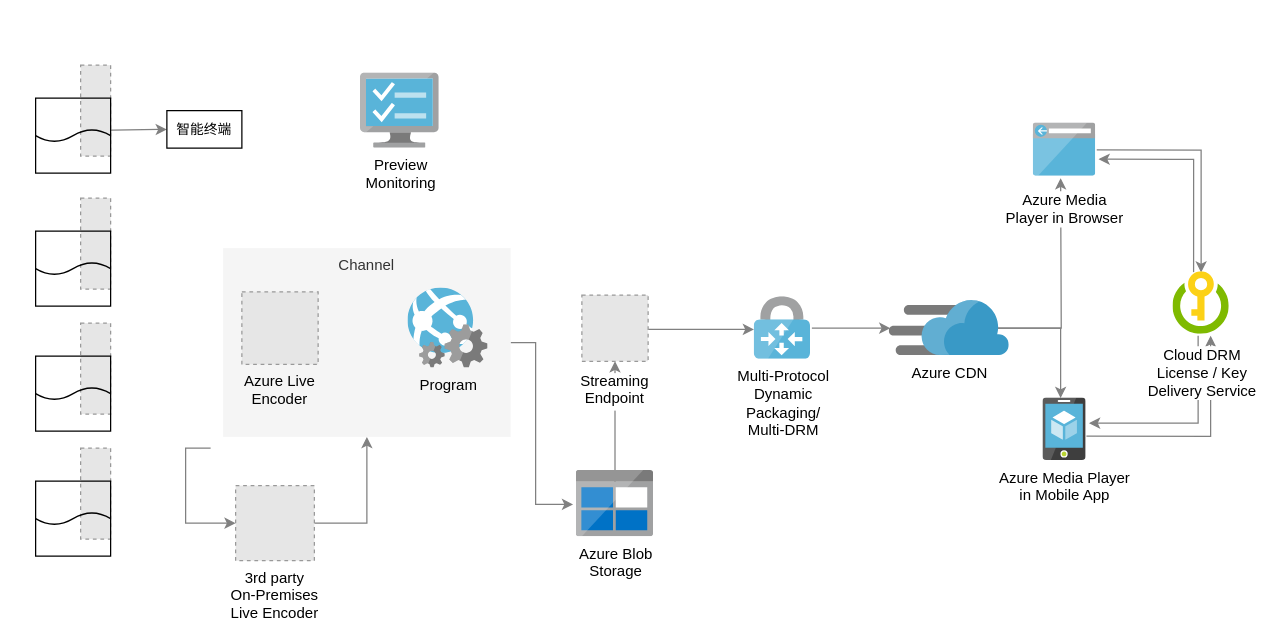
This is zhy.drawio from zheng-oh/dragrams, a draw.io file, before an edit. Source tidied: cells renumbered, new cells numbered last; positions are measured from the earlier drawing's top-left corner, leaving out a move shared by most shapes. Both pictures are drawn from the tidied source at 125%, with x=0, y=0 at pixel (35, 65). Pictures stored in the file or linked from it are replaced by grey dashed boxes.
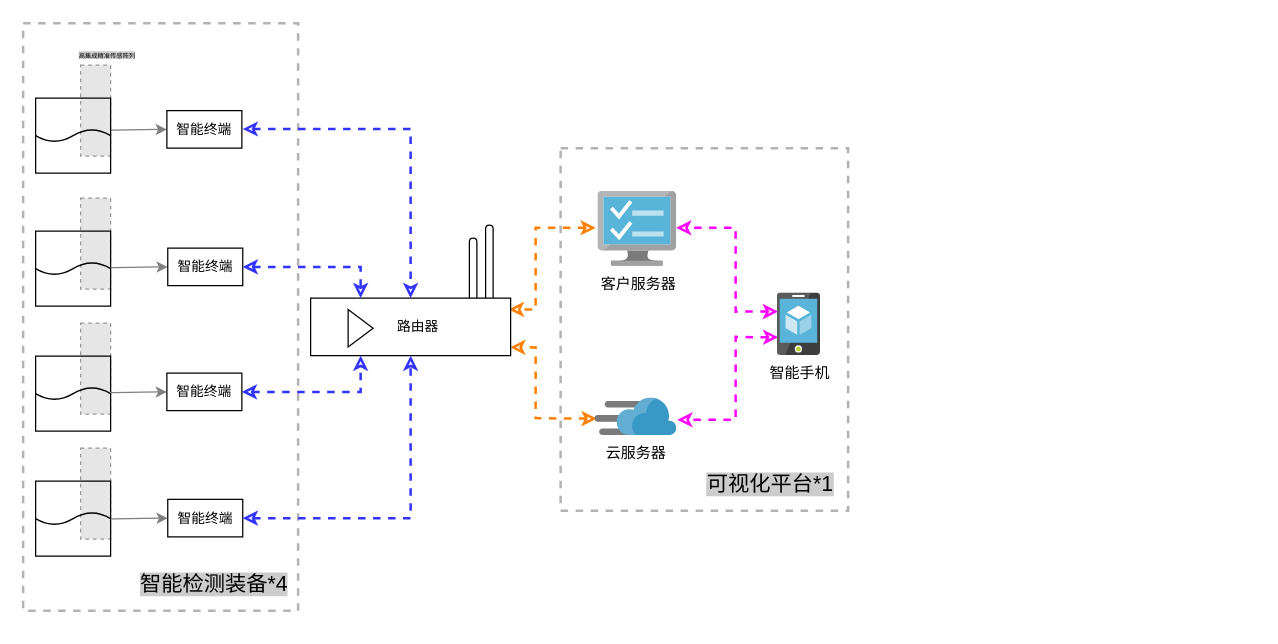
Above is the later version.

Diff of the diagram source:
```diff
@@
-    <mxCell id="2" style="edgeStyle=orthogonalEdgeStyle;rounded=0;jettySize=auto;html=1;strokeColor=#808080;entryX=1.064;entryY=0.4;entryDx=0;entryDy=0;entryPerimeter=0;" parent="1" edge="1" target="25">
-      <mxGeometry relative="1" as="geometry">
-        <mxPoint x="930" y="216" as="sourcePoint" />
-        <Array as="points">
-          <mxPoint x="930" y="286" />
-        </Array>
-      </mxGeometry>
-    </mxCell>
+    <mxCell id="45" style="rounded=0;whiteSpace=wrap;html=1;shadow=0;glass=0;dashed=1;sketch=0;strokeColor=#B3B3B3;strokeWidth=2;fontFamily=Helvetica;fontSize=13;fillColor=none;" parent="1" vertex="1">
+      <mxGeometry x="-10" y="-34" width="220" height="470" as="geometry" />
+    </mxCell>
+    <mxCell id="46" style="rounded=0;whiteSpace=wrap;html=1;shadow=0;glass=0;dashed=1;sketch=0;strokeColor=#B3B3B3;strokeWidth=2;fontFamily=Helvetica;fontSize=13;fillColor=none;" parent="1" vertex="1">
+      <mxGeometry x="420" y="66" width="230" height="290" as="geometry" />
+    </mxCell>
+    <mxCell id="47" style="shape=delay;whiteSpace=wrap;html=1;fontSize=11;fillColor=none;rotation=-90;" parent="1" vertex="1">
+      <mxGeometry x="320" y="165" width="60" height="6" as="geometry" />
+    </mxCell>
+    <mxCell id="48" style="shape=delay;whiteSpace=wrap;html=1;fontSize=11;fillColor=none;rotation=-90;" parent="1" vertex="1">
+      <mxGeometry x="333" y="154.5" width="60" height="6" as="geometry" />
+    </mxCell>
@@
-    <mxCell id="4" style="edgeStyle=orthogonalEdgeStyle;rounded=0;jettySize=auto;html=1;strokeColor=#808080;" parent="1" edge="1" source="15">
-      <mxGeometry relative="1" as="geometry">
-        <mxPoint x="430" y="351" as="targetPoint" />
-        <Array as="points">
-          <mxPoint x="400" y="222" />
-          <mxPoint x="400" y="351" />
-        </Array>
-      </mxGeometry>
-    </mxCell>
-    <mxCell id="5" style="edgeStyle=orthogonalEdgeStyle;rounded=0;jettySize=auto;html=1;strokeColor=#808080;" parent="1" edge="1" target="17">
-      <mxGeometry relative="1" as="geometry">
-        <mxPoint x="140" y="306" as="sourcePoint" />
-        <Array as="points">
-          <mxPoint x="120" y="306" />
-          <mxPoint x="120" y="366" />
-        </Array>
-      </mxGeometry>
-    </mxCell>
-    <mxCell id="6" style="edgeStyle=elbowEdgeStyle;rounded=0;jettySize=auto;html=1;entryX=-0.016;entryY=0.49;entryDx=0;entryDy=0;entryPerimeter=0;elbow=vertical;strokeColor=#808080;" parent="1" edge="1" source="16" target="19">
-      <mxGeometry relative="1" as="geometry" />
-    </mxCell>
-    <mxCell id="7" style="edgeStyle=orthogonalEdgeStyle;rounded=0;jettySize=auto;html=1;strokeColor=#808080;" parent="1" edge="1" source="17" target="15">
-      <mxGeometry relative="1" as="geometry">
-        <Array as="points">
-          <mxPoint x="265" y="366" />
-        </Array>
-      </mxGeometry>
-    </mxCell>
-    <mxCell id="8" style="edgeStyle=elbowEdgeStyle;rounded=0;jettySize=auto;html=1;entryX=-0.007;entryY=0.52;entryDx=0;entryDy=0;entryPerimeter=0;elbow=vertical;strokeColor=#808080;" parent="1" edge="1" source="20" target="22">
-      <mxGeometry relative="1" as="geometry" />
-    </mxCell>
-    <mxCell id="9" style="edgeStyle=orthogonalEdgeStyle;rounded=0;jettySize=auto;html=1;strokeColor=#808080;" parent="1" edge="1" source="21" target="20">
-      <mxGeometry relative="1" as="geometry" />
-    </mxCell>
-    <mxCell id="10" style="edgeStyle=elbowEdgeStyle;rounded=0;orthogonalLoop=1;jettySize=auto;html=1;entryX=0.009;entryY=0.518;entryDx=0;entryDy=0;entryPerimeter=0;elbow=vertical;strokeColor=#808080;" parent="1" edge="1">
-      <mxGeometry relative="1" as="geometry">
-        <mxPoint x="621" y="210" as="sourcePoint" />
-        <mxPoint x="683.8" y="209.7" as="targetPoint" />
-        <Array as="points">
-          <mxPoint x="650" y="210" />
-        </Array>
-      </mxGeometry>
-    </mxCell>
-    <mxCell id="11" style="edgeStyle=orthogonalEdgeStyle;rounded=0;jettySize=auto;html=1;strokeColor=#808080;" parent="1" edge="1" source="23">
-      <mxGeometry relative="1" as="geometry">
-        <mxPoint x="820" y="90" as="targetPoint" />
-      </mxGeometry>
-    </mxCell>
-    <mxCell id="12" style="edgeStyle=orthogonalEdgeStyle;rounded=0;jettySize=auto;html=1;entryX=0.406;entryY=0;entryDx=0;entryDy=0;entryPerimeter=0;strokeColor=#808080;" parent="1" edge="1" source="23" target="25">
-      <mxGeometry relative="1" as="geometry" />
-    </mxCell>
-    <mxCell id="13" style="edgeStyle=orthogonalEdgeStyle;rounded=0;jettySize=auto;html=1;exitX=1.014;exitY=0.505;exitDx=0;exitDy=0;exitPerimeter=0;entryX=0.498;entryY=0.012;entryDx=0;entryDy=0;entryPerimeter=0;strokeColor=#808080;" parent="1" edge="1" source="24" target="26">
-      <mxGeometry relative="1" as="geometry" />
-    </mxCell>
-    <mxCell id="14" style="edgeStyle=orthogonalEdgeStyle;rounded=0;jettySize=auto;html=1;exitX=1.004;exitY=0.609;exitDx=0;exitDy=0;exitPerimeter=0;strokeColor=#808080;" parent="1" edge="1" source="25">
-      <mxGeometry relative="1" as="geometry">
-        <mxPoint x="940" y="216" as="targetPoint" />
-        <Array as="points">
-          <mxPoint x="940" y="296" />
-        </Array>
-      </mxGeometry>
-    </mxCell>
-    <mxCell id="15" value="Channel" style="rounded=0;whiteSpace=wrap;html=1;fillColor=#f5f5f5;strokeColor=none;fontColor=#333333;verticalAlign=top;" parent="1" vertex="1">
-      <mxGeometry x="150" y="146" width="230" height="151" as="geometry" />
-    </mxCell>
-    <mxCell id="16" value="Azure Live&#10;Encoder&#10;" style="fillColor=#E6E6E6;strokeColor=#999999;dashed=1;verticalLabelPosition=bottom;labelBackgroundColor=none;verticalAlign=top;" parent="1" vertex="1">
-      <mxGeometry x="165" y="181" width="61" height="58" as="geometry" />
-    </mxCell>
-    <mxCell id="17" value="3rd party&#10;On-Premises&#10;Live Encoder&#10;" style="fillColor=#E6E6E6;strokeColor=#999999;dashed=1;verticalLabelPosition=bottom;labelBackgroundColor=#ffffff;verticalAlign=top;" parent="1" vertex="1">
-      <mxGeometry x="160" y="336" width="63" height="60" as="geometry" />
-    </mxCell>
+    <mxCell id="49" style="edgeStyle=orthogonalEdgeStyle;rounded=0;jettySize=auto;html=1;entryX=0.991;entryY=0.196;entryDx=0;entryDy=0;dashed=1;strokeWidth=2;fontSize=11;startArrow=classic;startFill=0;endArrow=classic;endFill=0;strokeColor=#FF8000;entryPerimeter=0;exitX=-0.031;exitY=0.487;exitDx=0;exitDy=0;exitPerimeter=0;" parent="1" edge="1" source="18" target="59">
+      <mxGeometry relative="1" as="geometry">
+        <Array as="points">
+          <mxPoint x="400" y="130" />
+          <mxPoint x="400" y="195" />
+        </Array>
+      </mxGeometry>
+    </mxCell>
-    <mxCell id="18" value="Preview&lt;br&gt;Monitoring&lt;br&gt;" style="html=1;perimeter=none;align=center;shadow=0;dashed=0;image;fontSize=12;image=img/lib/mscae/TaskVM.svg;" parent="1" vertex="1">
-      <mxGeometry x="260" y="6" width="63" height="60" as="geometry" />
+    <mxCell id="18" value="客户服务器" style="html=1;perimeter=none;align=center;shadow=0;dashed=0;image;fontSize=12;image=img/lib/mscae/TaskVM.svg;" parent="1" vertex="1">
+      <mxGeometry x="450" y="100.5" width="63" height="60" as="geometry" />
     </mxCell>
-    <mxCell id="19" value="Program" style="html=1;perimeter=none;align=center;shadow=0;dashed=0;image;fontSize=12;image=img/lib/mscae/WebApp_WebJobs.svg;labelBackgroundColor=none;" parent="1" vertex="1">
-      <mxGeometry x="298" y="178" width="64" height="64" as="geometry" />
-    </mxCell>
-    <mxCell id="20" value="Streaming&#10;Endpoint&#10;" style="fillColor=#E6E6E6;strokeColor=#999999;dashed=1;verticalLabelPosition=bottom;labelBackgroundColor=#ffffff;verticalAlign=top;spacingTop=2;" parent="1" vertex="1">
-      <mxGeometry x="437" y="183.5" width="53" height="53" as="geometry" />
-    </mxCell>
-    <mxCell id="21" value="Azure Blob&lt;br&gt;Storage&lt;br&gt;" style="html=1;perimeter=none;align=center;shadow=0;dashed=0;image;fontSize=12;image=img/lib/mscae/BlobBlock.svg;" parent="1" vertex="1">
-      <mxGeometry x="432.5" y="324" width="62" height="53" as="geometry" />
-    </mxCell>
-    <mxCell id="22" value="Multi-Protocol&lt;br&gt;Dynamic &lt;br&gt;Packaging/&lt;br&gt;Multi-DRM&lt;br&gt;" style="html=1;perimeter=none;align=center;shadow=0;dashed=0;image;fontSize=12;image=img/lib/mscae/VPN_Gateway.svg;" parent="1" vertex="1">
-      <mxGeometry x="575" y="185" width="45" height="50" as="geometry" />
-    </mxCell>
+    <mxCell id="50" style="edgeStyle=orthogonalEdgeStyle;rounded=0;jettySize=auto;html=1;entryX=0.998;entryY=0.856;entryDx=0;entryDy=0;dashed=1;strokeWidth=2;fontSize=11;startArrow=classic;startFill=0;endArrow=classic;endFill=0;exitX=0.021;exitY=0.546;exitDx=0;exitDy=0;exitPerimeter=0;strokeColor=#FF8000;entryPerimeter=0;" parent="1" edge="1" source="23" target="59">
+      <mxGeometry relative="1" as="geometry">
+        <Array as="points">
+          <mxPoint x="430" y="282" />
+          <mxPoint x="400" y="282" />
+          <mxPoint x="400" y="225" />
+        </Array>
+      </mxGeometry>
+    </mxCell>
-    <mxCell id="23" value="Azure CDN" style="html=1;perimeter=none;align=center;shadow=0;dashed=0;image;fontSize=12;image=img/lib/mscae/Content_Delivery_Network.svg;" parent="1" vertex="1">
-      <mxGeometry x="683" y="188" width="96" height="44" as="geometry" />
+    <mxCell id="23" value="云服务器" style="html=1;perimeter=none;align=center;shadow=0;dashed=0;image;fontSize=12;image=img/lib/mscae/Content_Delivery_Network.svg;" parent="1" vertex="1">
+      <mxGeometry x="447.5" y="266" width="65.5" height="30" as="geometry" />
     </mxCell>
-    <mxCell id="24" value="Azure Media&lt;br&gt;Player in Browser&lt;br&gt;" style="html=1;perimeter=none;align=center;shadow=0;dashed=0;image;fontSize=12;image=img/lib/mscae/Browser.svg;spacingTop=5;" parent="1" vertex="1">
-      <mxGeometry x="798.2" y="46" width="50" height="42.5" as="geometry" />
-    </mxCell>
+    <mxCell id="51" style="edgeStyle=orthogonalEdgeStyle;rounded=0;jettySize=auto;html=1;entryX=0.99;entryY=0.487;entryDx=0;entryDy=0;entryPerimeter=0;dashed=1;strokeColor=#FF00FF;strokeWidth=2;fontSize=11;startArrow=classic;startFill=0;endArrow=classic;endFill=0;exitX=0.012;exitY=0.295;exitDx=0;exitDy=0;exitPerimeter=0;" parent="1" edge="1" source="25" target="18">
+      <mxGeometry relative="1" as="geometry">
+        <Array as="points">
+          <mxPoint x="560" y="197" />
+          <mxPoint x="560" y="130" />
+        </Array>
+      </mxGeometry>
+    </mxCell>
+    <mxCell id="52" style="edgeStyle=orthogonalEdgeStyle;rounded=0;jettySize=auto;html=1;entryX=1.005;entryY=0.577;entryDx=0;entryDy=0;entryPerimeter=0;dashed=1;strokeColor=#FF00FF;strokeWidth=2;fontSize=11;startArrow=classic;startFill=0;endArrow=classic;endFill=0;exitX=0.018;exitY=0.705;exitDx=0;exitDy=0;exitPerimeter=0;" parent="1" edge="1" source="25" target="23">
+      <mxGeometry relative="1" as="geometry">
+        <Array as="points">
+          <mxPoint x="580" y="217" />
+          <mxPoint x="560" y="217" />
+          <mxPoint x="560" y="287" />
+        </Array>
+      </mxGeometry>
+    </mxCell>
-    <mxCell id="25" value="Azure Media Player&lt;br&gt;in Mobile App&lt;br&gt;" style="html=1;perimeter=none;align=center;shadow=0;dashed=0;image;fontSize=12;image=img/lib/mscae/App_Service_Mobile_App.svg;" parent="1" vertex="1">
-      <mxGeometry x="806" y="266" width="34.5" height="50" as="geometry" />
+    <mxCell id="25" value="智能手机" style="html=1;perimeter=none;align=center;shadow=0;dashed=0;image;fontSize=12;image=img/lib/mscae/App_Service_Mobile_App.svg;" parent="1" vertex="1">
+      <mxGeometry x="593.5" y="182" width="34.5" height="50" as="geometry" />
     </mxCell>
-    <mxCell id="26" value="Cloud DRM&lt;br&gt;License / Key&lt;br&gt;Delivery Service&lt;br&gt;" style="html=1;perimeter=none;align=center;shadow=0;dashed=0;image;fontSize=12;image=img/lib/mscae/KeyVault.svg;spacingTop=3;" parent="1" vertex="1">
-      <mxGeometry x="910" y="165" width="45" height="50" as="geometry" />
-    </mxCell>
-    <mxCell id="27" style="edgeStyle=orthogonalEdgeStyle;rounded=0;jettySize=auto;html=1;exitX=0.364;exitY=0.004;exitDx=0;exitDy=0;exitPerimeter=0;entryX=1.043;entryY=0.678;entryDx=0;entryDy=0;entryPerimeter=0;strokeColor=#808080;" parent="1" edge="1" source="26" target="24">
-      <mxGeometry relative="1" as="geometry">
-        <Array as="points">
-          <mxPoint x="926" y="75" />
-          <mxPoint x="910" y="75" />
-        </Array>
-      </mxGeometry>
-    </mxCell>
@@
+    <mxCell id="53" style="edgeStyle=orthogonalEdgeStyle;rounded=0;jettySize=auto;html=1;strokeColor=#808080;exitX=0.988;exitY=0.427;exitDx=0;exitDy=0;exitPerimeter=0;entryX=0;entryY=0.5;entryDx=0;entryDy=0;" parent="1" edge="1" target="54">
+      <mxGeometry relative="1" as="geometry">
+        <mxPoint x="60" y="161.6" as="sourcePoint" />
+        <Array as="points">
+          <mxPoint x="62.7" y="162" />
+        </Array>
+      </mxGeometry>
+    </mxCell>
+    <mxCell id="54" value="&lt;font style=&quot;font-size: 11px;&quot;&gt;智能终端&lt;/font&gt;" style="rounded=0;whiteSpace=wrap;html=1;fillColor=none;" parent="1" vertex="1">
+      <mxGeometry x="105.7" y="146" width="60" height="30" as="geometry" />
+    </mxCell>
+    <mxCell id="55" style="edgeStyle=orthogonalEdgeStyle;rounded=0;jettySize=auto;html=1;strokeColor=#808080;exitX=0.988;exitY=0.427;exitDx=0;exitDy=0;exitPerimeter=0;entryX=0;entryY=0.5;entryDx=0;entryDy=0;" parent="1" edge="1" target="56">
+      <mxGeometry relative="1" as="geometry">
+        <mxPoint x="59.3" y="261.6" as="sourcePoint" />
+        <Array as="points">
+          <mxPoint x="62" y="262" />
+        </Array>
+      </mxGeometry>
+    </mxCell>
+    <mxCell id="56" value="&lt;font style=&quot;font-size: 11px;&quot;&gt;智能终端&lt;/font&gt;" style="rounded=0;whiteSpace=wrap;html=1;fillColor=none;" parent="1" vertex="1">
+      <mxGeometry x="105" y="246" width="60" height="30" as="geometry" />
+    </mxCell>
+    <mxCell id="57" style="edgeStyle=orthogonalEdgeStyle;rounded=0;jettySize=auto;html=1;strokeColor=#808080;exitX=0.988;exitY=0.427;exitDx=0;exitDy=0;exitPerimeter=0;entryX=0;entryY=0.5;entryDx=0;entryDy=0;" parent="1" edge="1" target="58">
+      <mxGeometry relative="1" as="geometry">
+        <mxPoint x="60" y="362.6" as="sourcePoint" />
+        <Array as="points">
+          <mxPoint x="62.7" y="363" />
+        </Array>
+      </mxGeometry>
+    </mxCell>
+    <mxCell id="58" value="&lt;font style=&quot;font-size: 11px;&quot;&gt;智能终端&lt;/font&gt;" style="rounded=0;whiteSpace=wrap;html=1;fillColor=none;" parent="1" vertex="1">
+      <mxGeometry x="105.7" y="347" width="60" height="30" as="geometry" />
+    </mxCell>
+    <mxCell id="59" value="&amp;nbsp; &amp;nbsp; 路由器" style="html=1;whiteSpace=wrap;fontSize=11;fillColor=default;" parent="1" vertex="1">
+      <mxGeometry x="220" y="186" width="160" height="46" as="geometry" />
+    </mxCell>
+    <mxCell id="60" style="triangle;html=1;whiteSpace=wrap;fontSize=11;fillColor=none;" parent="59" vertex="1">
+      <mxGeometry x="30" y="9" width="20" height="30" as="geometry" />
+    </mxCell>
+    <mxCell id="61" style="edgeStyle=orthogonalEdgeStyle;rounded=0;jettySize=auto;html=1;strokeColor=#3333FF;endArrow=classic;endFill=0;startArrow=classic;startFill=0;dashed=1;strokeWidth=2;entryX=0.5;entryY=0;entryDx=0;entryDy=0;" parent="1" edge="1" target="59">
+      <mxGeometry relative="1" as="geometry">
+        <mxPoint x="165.7" y="50.7" as="sourcePoint" />
+        <Array as="points">
+          <mxPoint x="300" y="51" />
+        </Array>
+      </mxGeometry>
+    </mxCell>
+    <mxCell id="62" style="edgeStyle=orthogonalEdgeStyle;rounded=0;jettySize=auto;html=1;strokeColor=#3333FF;endArrow=classic;endFill=0;startArrow=classic;startFill=0;dashed=1;strokeWidth=2;entryX=0.25;entryY=0;entryDx=0;entryDy=0;exitX=1;exitY=0.5;exitDx=0;exitDy=0;" parent="1" edge="1" source="54" target="59">
+      <mxGeometry relative="1" as="geometry">
+        <Array as="points">
+          <mxPoint x="260" y="161" />
+        </Array>
+      </mxGeometry>
+    </mxCell>
+    <mxCell id="63" style="edgeStyle=orthogonalEdgeStyle;rounded=0;jettySize=auto;html=1;strokeColor=#3333FF;endArrow=classic;endFill=0;startArrow=classic;startFill=0;dashed=1;strokeWidth=2;exitX=1;exitY=0.5;exitDx=0;exitDy=0;" parent="1" edge="1" source="56">
+      <mxGeometry relative="1" as="geometry">
+        <mxPoint x="260" y="232" as="targetPoint" />
+        <Array as="points">
+          <mxPoint x="260" y="261" />
+          <mxPoint x="260" y="232" />
+        </Array>
+      </mxGeometry>
+    </mxCell>
+    <mxCell id="64" style="edgeStyle=orthogonalEdgeStyle;rounded=0;jettySize=auto;html=1;strokeColor=#3333FF;endArrow=classic;endFill=0;startArrow=classic;startFill=0;dashed=1;strokeWidth=2;exitX=1;exitY=0.5;exitDx=0;exitDy=0;entryX=0.5;entryY=1;entryDx=0;entryDy=0;" parent="1" edge="1" source="58" target="59">
+      <mxGeometry relative="1" as="geometry">
+        <Array as="points">
+          <mxPoint x="300" y="362" />
+        </Array>
+      </mxGeometry>
+    </mxCell>
+    <mxCell id="65" value="&lt;font style=&quot;font-size: 17px; background-color: rgb(204, 204, 204);&quot;&gt;可视化平台*1&lt;/font&gt;" style="rounded=0;whiteSpace=wrap;html=1;shadow=0;glass=0;dashed=1;sketch=0;strokeColor=none;strokeWidth=2;fontFamily=Helvetica;fontSize=13;fillColor=none;fontColor=default;" parent="1" vertex="1">
+      <mxGeometry x="520" y="316" width="135.5" height="40" as="geometry" />
+    </mxCell>
+    <mxCell id="66" value="&lt;font style=&quot;font-size: 17px; background-color: rgb(204, 204, 204);&quot;&gt;智能检测装备*4&lt;/font&gt;" style="rounded=0;whiteSpace=wrap;html=1;shadow=0;glass=0;dashed=1;sketch=0;strokeColor=none;strokeWidth=2;fontFamily=Helvetica;fontSize=13;fillColor=none;fontColor=default;" parent="1" vertex="1">
+      <mxGeometry x="74.5" y="396" width="135.5" height="40" as="geometry" />
+    </mxCell>
+    <mxCell id="67" value="&lt;font style=&quot;font-size: 5px; background-color: rgb(204, 204, 204);&quot;&gt;高集成精准传感阵列&lt;/font&gt;" style="rounded=0;whiteSpace=wrap;html=1;shadow=0;glass=0;dashed=1;sketch=0;strokeColor=none;strokeWidth=2;fontFamily=Helvetica;fontSize=5;fillColor=none;fontColor=default;" parent="1" vertex="1">
+      <mxGeometry x="-10" y="-24" width="135" height="30" as="geometry" />
+    </mxCell>
```
